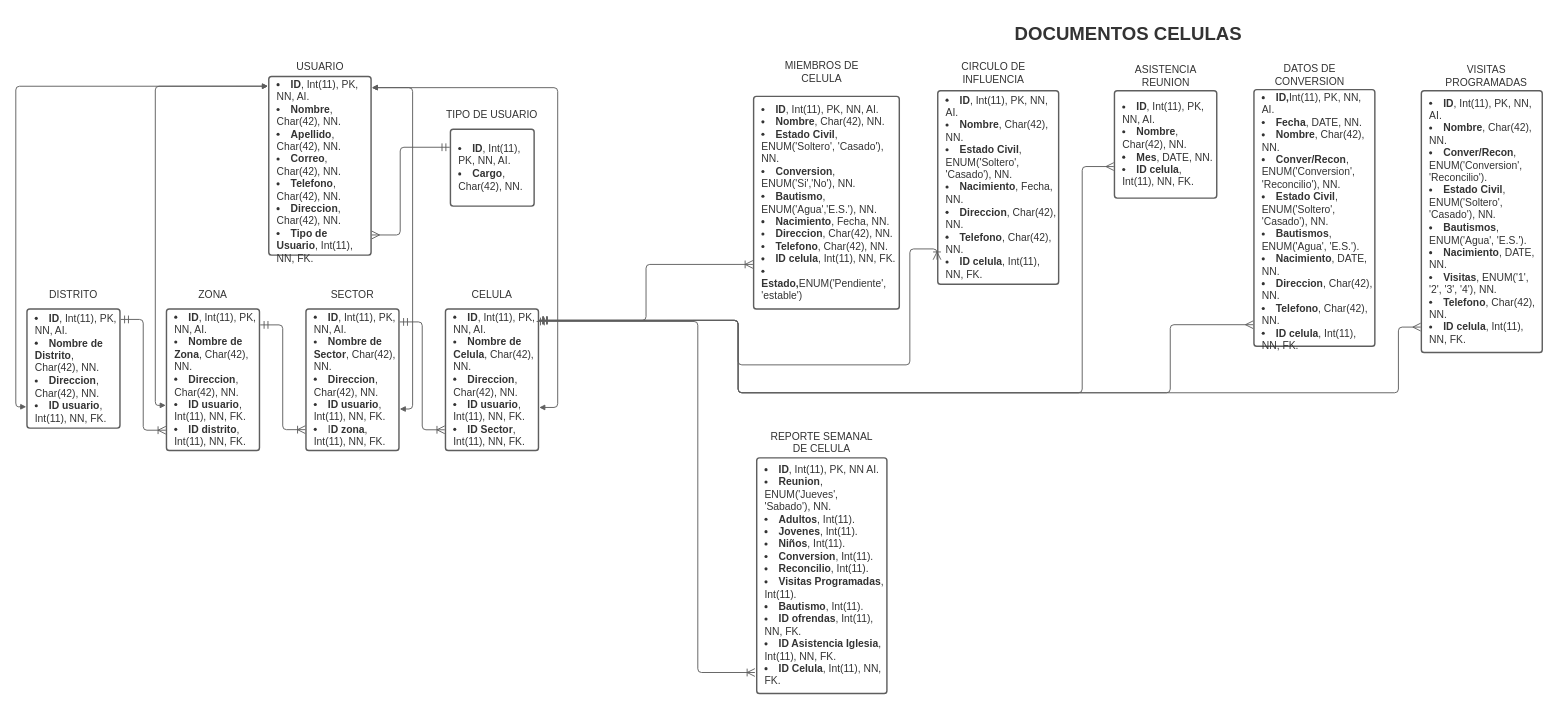
Above: page "entidad-relacion" (1 of 2) of Diagrama 1.drawio in KJCarvajal/la-cosecha (draw.io), before the change. Source tidied: cells renumbered, new cells numbered last; positions are measured from the earlier drawing's top-left corner, leaving out a move shared by most shapes. Both pictures are drawn from the tidied source at 62%, with x=0, y=0 at pixel (16, 11).
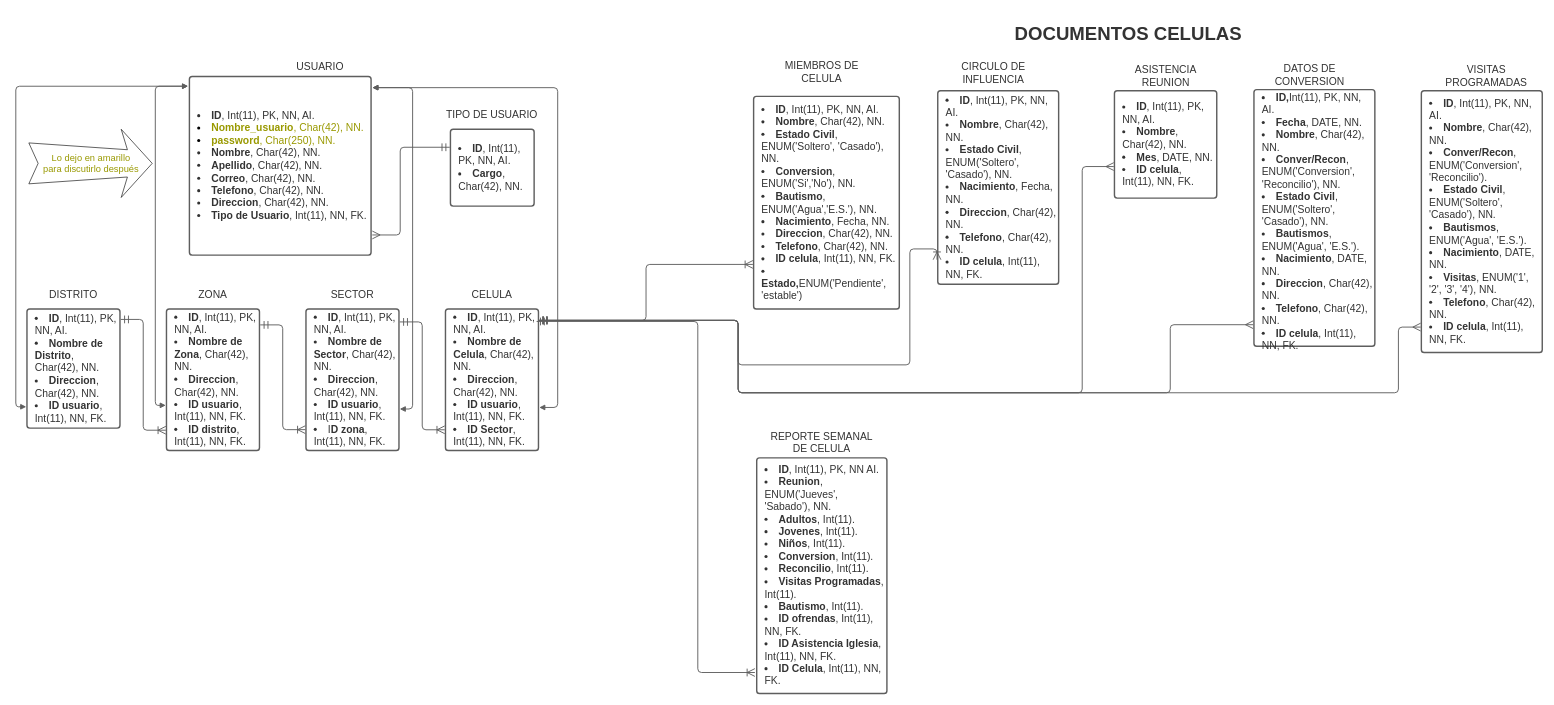
After the change.

Diff of the diagram source:
```diff
@@
-    <mxCell id="2" value="&lt;ul style=&quot;margin: 0px; padding-left: 10px;list-style-position: inside; list-style-type:disc&quot;&gt;&lt;li style=&quot;text-align:left;color:#333333;font-size:16.7px;&quot;&gt;&lt;span style=&quot;margin-left: 0px;margin-top: -2px;&quot;&gt;&lt;span style=&quot;font-size:16.7px;color:#333333;font-weight: bold;&quot;&gt;ID&lt;/span&gt;&lt;span style=&quot;font-size:16.7px;color:#333333;&quot;&gt;, Int(11), PK, NN, AI.&lt;/span&gt;&lt;/span&gt;&lt;/li&gt;&lt;li style=&quot;text-align:left;color:#333333;font-size:16.7px;&quot;&gt;&lt;span style=&quot;margin-left: 0px;margin-top: -2px;&quot;&gt;&lt;span style=&quot;font-size:16.7px;color:#333333;&quot;&gt;&lt;span style=&quot;font-size:16.7px;color:#333333;font-weight: bold;&quot;&gt;Nombre&lt;/span&gt;, Char(42), NN.&lt;/span&gt;&lt;/span&gt;&lt;/li&gt;&lt;li style=&quot;text-align:left;color:#333333;font-size:16.7px;&quot;&gt;&lt;span style=&quot;margin-left: 0px;margin-top: -2px;&quot;&gt;&lt;span style=&quot;font-size:16.7px;color:#333333;&quot;&gt;&lt;span style=&quot;font-size:16.7px;color:#333333;font-weight: bold;&quot;&gt;Apellido&lt;/span&gt;, Char(42), NN.&lt;/span&gt;&lt;/span&gt;&lt;/li&gt;&lt;li style=&quot;text-align:left;color:#333333;font-size:16.7px;&quot;&gt;&lt;span style=&quot;margin-left: 0px;margin-top: -2px;&quot;&gt;&lt;span style=&quot;font-size:16.7px;color:#333333;&quot;&gt;&lt;span style=&quot;font-size:16.7px;color:#333333;font-weight: bold;&quot;&gt;Correo&lt;/span&gt;, Char(42), NN.&lt;/span&gt;&lt;/span&gt;&lt;/li&gt;&lt;li style=&quot;text-align:left;color:#333333;font-size:16.7px;&quot;&gt;&lt;span style=&quot;margin-left: 0px;margin-top: -2px;&quot;&gt;&lt;span style=&quot;font-size:16.7px;color:#333333;&quot;&gt;&lt;span style=&quot;font-size:16.7px;color:#333333;font-weight: bold;&quot;&gt;Telefono&lt;/span&gt;, Char(42), NN.&lt;/span&gt;&lt;/span&gt;&lt;/li&gt;&lt;li style=&quot;text-align:left;color:#333333;font-size:16.7px;&quot;&gt;&lt;span style=&quot;margin-left: 0px;margin-top: -2px;&quot;&gt;&lt;span style=&quot;font-size:16.7px;color:#333333;&quot;&gt;&lt;span style=&quot;font-size:16.7px;color:#333333;font-weight: bold;&quot;&gt;Direccion&lt;/span&gt;, Char(42), NN.&lt;/span&gt;&lt;/span&gt;&lt;/li&gt;&lt;li style=&quot;text-align:left;color:#333333;font-size:16.7px;&quot;&gt;&lt;span style=&quot;margin-left: 0px;margin-top: -2px;&quot;&gt;&lt;span style=&quot;font-size:16.7px;color:#333333;&quot;&gt;&lt;span style=&quot;font-size:16.7px;color:#333333;font-weight: bold;&quot;&gt;Tipo de Usuario&lt;/span&gt;, Int(11), NN, FK.&lt;/span&gt;&lt;/span&gt;&lt;/li&gt;&lt;/ul&gt;" style="html=1;overflow=block;blockSpacing=1;whiteSpace=wrap;fontSize=13;spacing=3.8;strokeColor=#5e5e5e;strokeOpacity=100;rounded=1;absoluteArcSize=1;arcSize=9;strokeWidth=2.3;" parent="1" vertex="1">
-      <mxGeometry x="408" y="105" width="165" height="288" as="geometry" />
+    <mxCell id="2" value="&lt;ul style=&quot;margin: 0px ; padding-left: 10px ; list-style-position: inside ; list-style-type: disc&quot;&gt;&lt;li style=&quot;text-align: left ; color: #333333 ; font-size: 16.7px&quot;&gt;&lt;span style=&quot;margin-left: 0px ; margin-top: -2px&quot;&gt;&lt;span style=&quot;font-size: 16.7px ; color: #333333 ; font-weight: bold&quot;&gt;ID&lt;/span&gt;&lt;span style=&quot;font-size: 16.7px ; color: #333333&quot;&gt;, Int(11), PK, NN, AI.&lt;/span&gt;&lt;/span&gt;&lt;/li&gt;&lt;li style=&quot;text-align: left ; font-size: 16.7px&quot;&gt;&lt;font color=&quot;#999900&quot;&gt;&lt;b style=&quot;font-size: 16.7px&quot;&gt;Nombre_usuario&lt;/b&gt;&lt;span style=&quot;font-size: 16.7px&quot;&gt;, Char(42), NN.&lt;/span&gt;&lt;/font&gt;&lt;/li&gt;&lt;li style=&quot;text-align: left ; font-size: 16.7px&quot;&gt;&lt;span style=&quot;font-size: 16.7px&quot;&gt;&lt;font color=&quot;#999900&quot;&gt;&lt;b&gt;password&lt;/b&gt;, Char(250), NN.&lt;/font&gt;&lt;/span&gt;&lt;/li&gt;&lt;li style=&quot;text-align: left ; color: #333333 ; font-size: 16.7px&quot;&gt;&lt;span style=&quot;margin-left: 0px ; margin-top: -2px&quot;&gt;&lt;span style=&quot;font-size: 16.7px ; color: #333333&quot;&gt;&lt;span style=&quot;font-size: 16.7px ; color: #333333 ; font-weight: bold&quot;&gt;Nombre&lt;/span&gt;, Char(42), NN.&lt;/span&gt;&lt;/span&gt;&lt;/li&gt;&lt;li style=&quot;text-align: left ; color: #333333 ; font-size: 16.7px&quot;&gt;&lt;span style=&quot;margin-left: 0px ; margin-top: -2px&quot;&gt;&lt;span style=&quot;font-size: 16.7px ; color: #333333&quot;&gt;&lt;span style=&quot;font-size: 16.7px ; color: #333333 ; font-weight: bold&quot;&gt;Apellido&lt;/span&gt;, Char(42), NN.&lt;/span&gt;&lt;/span&gt;&lt;/li&gt;&lt;li style=&quot;text-align: left ; color: #333333 ; font-size: 16.7px&quot;&gt;&lt;span style=&quot;margin-left: 0px ; margin-top: -2px&quot;&gt;&lt;span style=&quot;font-size: 16.7px ; color: #333333&quot;&gt;&lt;span style=&quot;font-size: 16.7px ; color: #333333 ; font-weight: bold&quot;&gt;Correo&lt;/span&gt;, Char(42), NN.&lt;/span&gt;&lt;/span&gt;&lt;/li&gt;&lt;li style=&quot;text-align: left ; color: #333333 ; font-size: 16.7px&quot;&gt;&lt;span style=&quot;margin-left: 0px ; margin-top: -2px&quot;&gt;&lt;span style=&quot;font-size: 16.7px ; color: #333333&quot;&gt;&lt;span style=&quot;font-size: 16.7px ; color: #333333 ; font-weight: bold&quot;&gt;Telefono&lt;/span&gt;, Char(42), NN.&lt;/span&gt;&lt;/span&gt;&lt;/li&gt;&lt;li style=&quot;text-align: left ; color: #333333 ; font-size: 16.7px&quot;&gt;&lt;span style=&quot;margin-left: 0px ; margin-top: -2px&quot;&gt;&lt;span style=&quot;font-size: 16.7px ; color: #333333&quot;&gt;&lt;span style=&quot;font-size: 16.7px ; color: #333333 ; font-weight: bold&quot;&gt;Direccion&lt;/span&gt;, Char(42), NN.&lt;/span&gt;&lt;/span&gt;&lt;/li&gt;&lt;li style=&quot;text-align: left ; color: #333333 ; font-size: 16.7px&quot;&gt;&lt;span style=&quot;margin-left: 0px ; margin-top: -2px&quot;&gt;&lt;span style=&quot;font-size: 16.7px ; color: #333333&quot;&gt;&lt;span style=&quot;font-size: 16.7px ; color: #333333 ; font-weight: bold&quot;&gt;Tipo de Usuario&lt;/span&gt;, Int(11), NN, FK.&lt;/span&gt;&lt;/span&gt;&lt;/li&gt;&lt;/ul&gt;" style="html=1;overflow=block;blockSpacing=1;whiteSpace=wrap;fontSize=13;spacing=3.8;strokeColor=#5e5e5e;strokeOpacity=100;rounded=1;absoluteArcSize=1;arcSize=9;strokeWidth=2.3;" parent="1" vertex="1">
+      <mxGeometry x="280" y="105" width="293" height="288" as="geometry" />
     </mxCell>
@@
+    <mxCell id="41" value="Lo dejo en amarillo &lt;br&gt;para discutirlo después" style="html=1;shadow=0;dashed=0;align=center;verticalAlign=middle;shape=mxgraph.arrows2.stylisedArrow;dy=0.6;dx=40;notch=15;feather=0.4;fontSize=15;fontColor=#999900;" parent="1" vertex="1">
+      <mxGeometry x="21" y="190" width="199" height="110" as="geometry" />
+    </mxCell>
```
